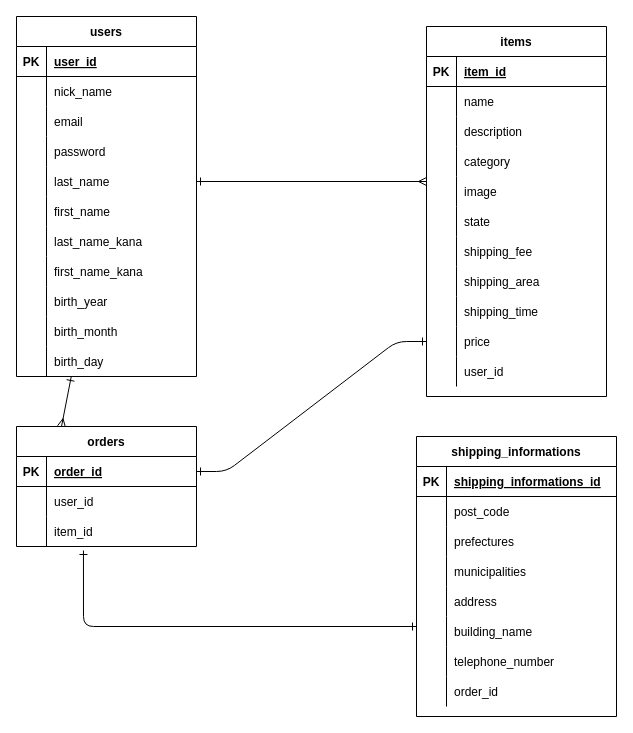
The draw.io diagram test.dio in barisutagensen/furima-37150, before the edit. Source tidied: cells renumbered, new cells numbered last; positions are measured from the earlier drawing's top-left corner, leaving out a move shared by most shapes. Both pictures are drawn from the tidied source at 100%, with x=0, y=0 at pixel (16, 16).
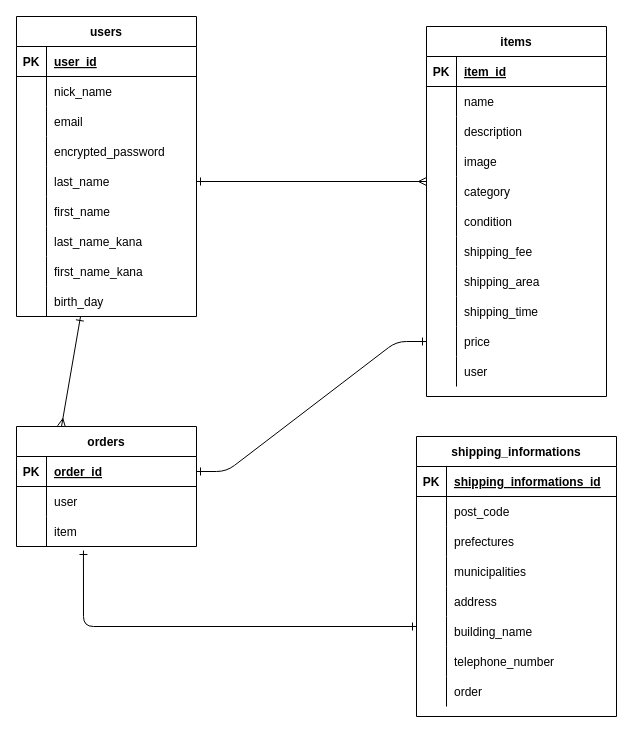
The same page after the edit.

Commit message (it also covers changes not shown here):
README・ER図の修正

The change refers to these unchanged cells:
```xml
<mxCell id="13" style="shape=partialRectangle;fillColor=none;top=0;left=0;bottom=0;right=0;" parent="3" vertex="1">
  <mxGeometry y="120" width="180" height="30" as="geometry" />
</mxCell>
<mxCell id="48" style="shape=partialRectangle;fillColor=none;top=0;left=0;bottom=0;right=0;" parent="38" vertex="1">
  <mxGeometry y="120" width="180" height="30" as="geometry" />
</mxCell>
<mxCell id="51" style="shape=partialRectangle;fillColor=none;top=0;left=0;bottom=0;right=0;" parent="38" vertex="1">
  <mxGeometry y="150" width="180" height="30" as="geometry" />
</mxCell>
<mxCell id="54" style="shape=partialRectangle;fillColor=none;top=0;left=0;bottom=0;right=0;" parent="38" vertex="1">
  <mxGeometry y="180" width="180" height="30" as="geometry" />
</mxCell>
<mxCell id="69" style="shape=partialRectangle;fillColor=none;top=0;left=0;bottom=0;right=0;" parent="38" vertex="1">
  <mxGeometry y="330" width="180" height="30" as="geometry" />
</mxCell>
<mxCell id="94" style="shape=partialRectangle;fillColor=none;top=0;left=0;bottom=0;right=0;" parent="72" vertex="1">
  <mxGeometry y="240" width="200" height="30" as="geometry" />
</mxCell>
<mxCell id="101" style="shape=partialRectangle;fillColor=none;top=0;left=0;bottom=0;right=0;" parent="97" vertex="1">
  <mxGeometry y="60" width="180" height="30" as="geometry" />
</mxCell>
<mxCell id="104" style="shape=partialRectangle;fillColor=none;top=0;left=0;bottom=0;right=0;points=[[0,0.5],[1,0.5]];portConstraint=eastwest;" parent="97" vertex="1">
  <mxGeometry y="90" width="180" height="30" as="geometry" />
</mxCell>
```

What changed in the source:
```diff
@@
     <mxCell id="3" value="users" style="shape=table;startSize=30;childLayout=tableLayout;rowLines=0;fontStyle=1;align=center;" parent="1" vertex="1">
-      <mxGeometry width="180" height="360" as="geometry" />
+      <mxGeometry width="180" height="300" as="geometry" />
     </mxCell>
@@
-    <mxCell id="15" value="password" style="shape=partialRectangle;fillColor=none;top=0;left=0;bottom=0;right=0;align=left;spacingLeft=6;overflow=hidden;" parent="13" vertex="1">
+    <mxCell id="15" value="encrypted_password" style="shape=partialRectangle;fillColor=none;top=0;left=0;bottom=0;right=0;align=left;spacingLeft=6;overflow=hidden;" parent="13" vertex="1">
       <mxGeometry x="30" width="150" height="30" as="geometry" />
     </mxCell>
@@
-    <mxCell id="28" style="shape=partialRectangle;fillColor=none;top=0;left=0;bottom=0;right=0;" parent="3" vertex="1">
-      <mxGeometry y="270" width="180" height="30" as="geometry" />
-    </mxCell>
-    <mxCell id="29" style="shape=partialRectangle;fillColor=none;top=0;left=0;bottom=0;right=0;overflow=hidden;" parent="28" vertex="1">
-      <mxGeometry width="30" height="30" as="geometry" />
-    </mxCell>
-    <mxCell id="30" value="birth_year" style="shape=partialRectangle;fillColor=none;top=0;left=0;bottom=0;right=0;align=left;spacingLeft=6;overflow=hidden;" parent="28" vertex="1">
-      <mxGeometry x="30" width="150" height="30" as="geometry" />
-    </mxCell>
-    <mxCell id="31" style="shape=partialRectangle;fillColor=none;top=0;left=0;bottom=0;right=0;" parent="3" vertex="1">
-      <mxGeometry y="300" width="180" height="30" as="geometry" />
-    </mxCell>
-    <mxCell id="32" style="shape=partialRectangle;fillColor=none;top=0;left=0;bottom=0;right=0;overflow=hidden;" parent="31" vertex="1">
-      <mxGeometry width="30" height="30" as="geometry" />
-    </mxCell>
-    <mxCell id="33" value="birth_month" style="shape=partialRectangle;fillColor=none;top=0;left=0;bottom=0;right=0;align=left;spacingLeft=6;overflow=hidden;" parent="31" vertex="1">
-      <mxGeometry x="30" width="150" height="30" as="geometry" />
-    </mxCell>
     <mxCell id="34" style="shape=partialRectangle;fillColor=none;top=0;left=0;bottom=0;right=0;" parent="3" vertex="1">
-      <mxGeometry y="330" width="180" height="30" as="geometry" />
+      <mxGeometry y="270" width="180" height="30" as="geometry" />
     </mxCell>
@@
-    <mxCell id="50" value="category" style="shape=partialRectangle;fillColor=none;top=0;left=0;bottom=0;right=0;align=left;spacingLeft=6;overflow=hidden;" parent="48" vertex="1">
+    <mxCell id="50" value="image" style="shape=partialRectangle;fillColor=none;top=0;left=0;bottom=0;right=0;align=left;spacingLeft=6;overflow=hidden;" parent="48" vertex="1">
       <mxGeometry x="30" width="150" height="30" as="geometry" />
     </mxCell>
@@
-    <mxCell id="53" value="image" style="shape=partialRectangle;fillColor=none;top=0;left=0;bottom=0;right=0;align=left;spacingLeft=6;overflow=hidden;" parent="51" vertex="1">
+    <mxCell id="53" value="category" style="shape=partialRectangle;fillColor=none;top=0;left=0;bottom=0;right=0;align=left;spacingLeft=6;overflow=hidden;" parent="51" vertex="1">
       <mxGeometry x="30" width="150" height="30" as="geometry" />
     </mxCell>
@@
-    <mxCell id="56" value="state" style="shape=partialRectangle;fillColor=none;top=0;left=0;bottom=0;right=0;align=left;spacingLeft=6;overflow=hidden;" parent="54" vertex="1">
+    <mxCell id="56" value="condition" style="shape=partialRectangle;fillColor=none;top=0;left=0;bottom=0;right=0;align=left;spacingLeft=6;overflow=hidden;" parent="54" vertex="1">
       <mxGeometry x="30" width="150" height="30" as="geometry" />
     </mxCell>
@@
-    <mxCell id="71" value="user_id" style="shape=partialRectangle;fillColor=none;top=0;left=0;bottom=0;right=0;align=left;spacingLeft=6;overflow=hidden;" parent="69" vertex="1">
+    <mxCell id="71" value="user" style="shape=partialRectangle;fillColor=none;top=0;left=0;bottom=0;right=0;align=left;spacingLeft=6;overflow=hidden;" parent="69" vertex="1">
       <mxGeometry x="30" width="150" height="30" as="geometry" />
     </mxCell>
@@
-    <mxCell id="96" value="order_id" style="shape=partialRectangle;fillColor=none;top=0;left=0;bottom=0;right=0;align=left;spacingLeft=6;overflow=hidden;" parent="94" vertex="1">
+    <mxCell id="96" value="order" style="shape=partialRectangle;fillColor=none;top=0;left=0;bottom=0;right=0;align=left;spacingLeft=6;overflow=hidden;" parent="94" vertex="1">
       <mxGeometry x="30" width="170" height="30" as="geometry" />
     </mxCell>
@@
-    <mxCell id="103" value="user_id" style="shape=partialRectangle;fillColor=none;top=0;left=0;bottom=0;right=0;align=left;spacingLeft=6;overflow=hidden;" parent="101" vertex="1">
+    <mxCell id="103" value="user" style="shape=partialRectangle;fillColor=none;top=0;left=0;bottom=0;right=0;align=left;spacingLeft=6;overflow=hidden;" parent="101" vertex="1">
       <mxGeometry x="30" width="150" height="30" as="geometry" />
     </mxCell>
@@
-    <mxCell id="106" value="item_id" style="shape=partialRectangle;fillColor=none;top=0;left=0;bottom=0;right=0;align=left;spacingLeft=6;overflow=hidden;" parent="104" vertex="1">
+    <mxCell id="106" value="item" style="shape=partialRectangle;fillColor=none;top=0;left=0;bottom=0;right=0;align=left;spacingLeft=6;overflow=hidden;" parent="104" vertex="1">
       <mxGeometry x="30" width="150" height="30" as="geometry" />
     </mxCell>
```
